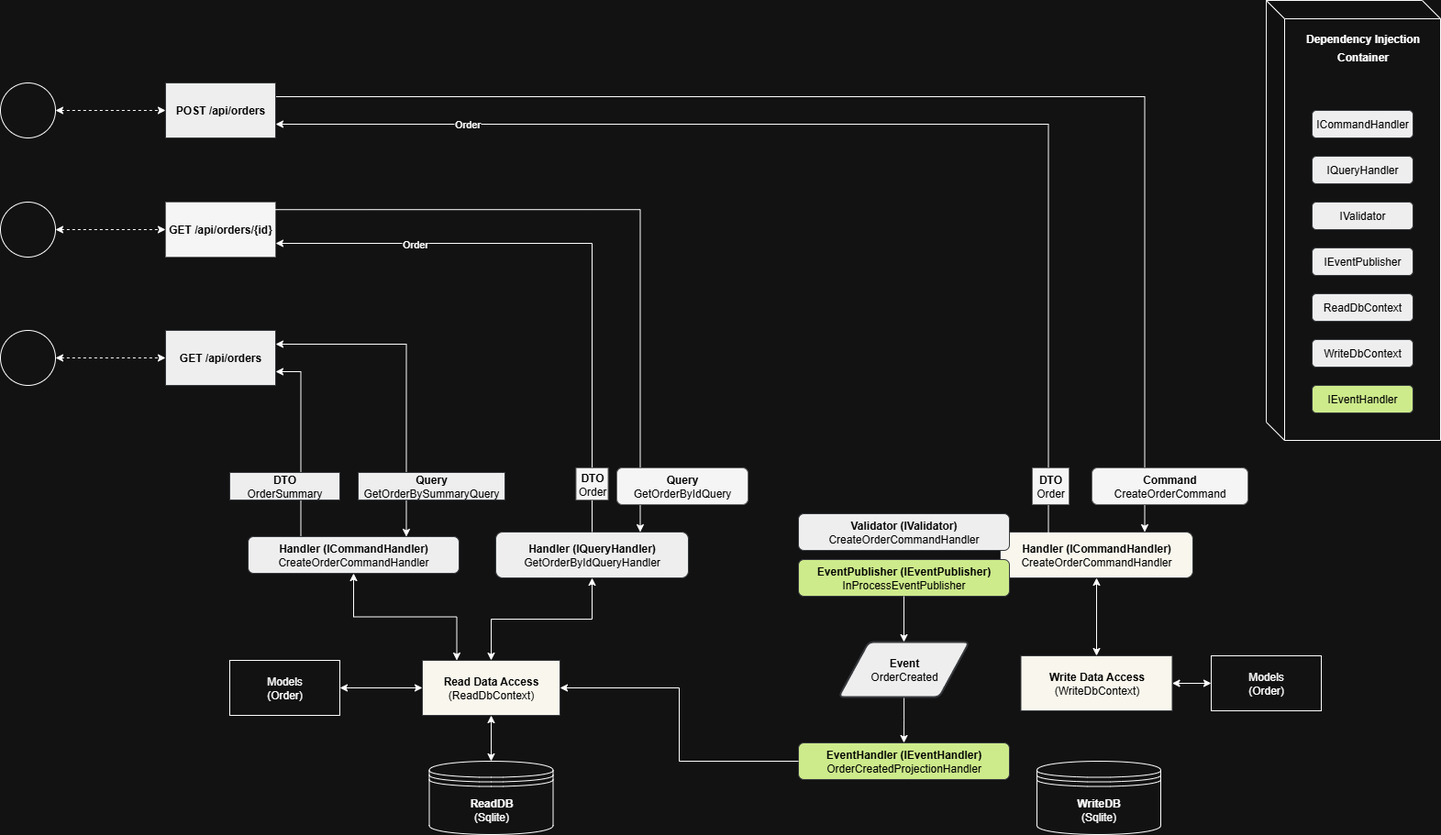
Above: images/Split of Databases Sync CQRS.png in AdrianIgnatius15/CQRS-Minimal-REST-API (draw.io), before the change. Source tidied: cells renumbered, new cells last; positions are measured from the earlier drawing's top-left corner, leaving out a move shared by most shapes. The source it was exported from:
```xml
<mxGraphModel>
  <root>
    <mxCell id="0" />
    <mxCell id="1" parent="0" />
    <mxCell id="2" style="endArrow=classic;startArrow=classic;html=1;rounded=0;exitX=1;exitY=0.25;exitDx=0;exitDy=0;entryX=0.75;entryY=0;entryDx=0;entryDy=0;edgeStyle=orthogonalEdgeStyle;" parent="1" edge="1" source="32" target="38">
      <mxGeometry relative="1" as="geometry" />
    </mxCell>
    <mxCell id="3" style="endArrow=classic;startArrow=none;html=1;rounded=0;entryX=1;entryY=0.75;entryDx=0;entryDy=0;exitX=0.25;exitY=0;exitDx=0;exitDy=0;edgeStyle=orthogonalEdgeStyle;endFill=1;startFill=0;" parent="1" edge="1" source="38" target="32">
      <mxGeometry relative="1" as="geometry" />
    </mxCell>
    <mxCell id="4" style="endArrow=none;startArrow=classic;html=1;rounded=0;edgeStyle=orthogonalEdgeStyle;entryX=1;entryY=0.25;entryDx=0;entryDy=0;exitX=0.75;exitY=0;exitDx=0;exitDy=0;startFill=1;endFill=0;" parent="1" edge="1" source="17" target="9">
      <mxGeometry relative="1" as="geometry" />
    </mxCell>
    <mxCell id="5" style="ellipse;whiteSpace=wrap;html=1;" parent="1" vertex="1">
      <mxGeometry y="90" width="60" height="60" as="geometry" />
    </mxCell>
    <mxCell id="6" style="ellipse;whiteSpace=wrap;html=1;" parent="1" vertex="1">
      <mxGeometry y="220" width="60" height="60" as="geometry" />
    </mxCell>
    <mxCell id="7" style="endArrow=classic;startArrow=classic;html=1;rounded=0;exitX=1;exitY=0.5;exitDx=0;exitDy=0;dashed=1;entryX=0;entryY=0.5;entryDx=0;entryDy=0;" parent="1" edge="1" source="5" target="9">
      <mxGeometry relative="1" as="geometry" />
    </mxCell>
    <mxCell id="8" style="endArrow=classic;startArrow=classic;html=1;rounded=0;exitX=1;exitY=0.5;exitDx=0;exitDy=0;dashed=1;entryX=0;entryY=0.5;entryDx=0;entryDy=0;" parent="1" edge="1" source="6" target="10">
      <mxGeometry relative="1" as="geometry" />
    </mxCell>
    <mxCell id="9" value="&lt;font style=&quot;color: rgb(0, 0, 0);&quot;&gt;&lt;b&gt;&lt;font style=&quot;color: rgb(0, 0, 0);&quot;&gt;POST /a&lt;/font&gt;pi/orders&lt;/b&gt;&lt;/font&gt;" style="rounded=0;whiteSpace=wrap;html=1;fillColor=#eeeeee;strokeColor=#36393d;" parent="1" vertex="1">
      <mxGeometry x="180" y="90" width="120" height="60" as="geometry" />
    </mxCell>
    <mxCell id="10" value="&lt;font style=&quot;color: rgb(0, 0, 0);&quot;&gt;&lt;b&gt;GET /api/orders/{id}&lt;/b&gt;&lt;/font&gt;" style="rounded=0;whiteSpace=wrap;html=1;fillColor=#f5f5f5;strokeColor=#666666;fontColor=#333333;" parent="1" vertex="1">
      <mxGeometry x="180" y="220" width="120" height="60" as="geometry" />
    </mxCell>
    <mxCell id="11" value="Models&lt;br&gt;(Order)" style="rounded=0;whiteSpace=wrap;html=1;" parent="1" vertex="1">
      <mxGeometry x="250" y="720" width="120" height="60" as="geometry" />
    </mxCell>
    <mxCell id="12" value="&lt;font style=&quot;color: rgb(0, 0, 0);&quot;&gt;&lt;b&gt;Read Data Access&lt;/b&gt;&lt;br&gt;(ReadDbContext)&lt;/font&gt;" style="rounded=0;whiteSpace=wrap;html=1;fillColor=#f9f7ed;strokeColor=#36393d;" parent="1" vertex="1">
      <mxGeometry x="460" y="720" width="150" height="60" as="geometry" />
    </mxCell>
    <mxCell id="13" style="endArrow=classic;startArrow=classic;html=1;rounded=0;entryX=0;entryY=0.5;entryDx=0;entryDy=0;exitX=1;exitY=0.5;exitDx=0;exitDy=0;" parent="1" edge="1" source="11" target="12">
      <mxGeometry relative="1" as="geometry" />
    </mxCell>
    <mxCell id="14" value="&lt;b&gt;ReadDB&lt;/b&gt;&lt;br&gt;(Sqlite)" style="shape=datastore;whiteSpace=wrap;html=1;" parent="1" vertex="1">
      <mxGeometry x="467.5" y="830" width="135" height="80" as="geometry" />
    </mxCell>
    <mxCell id="15" style="endArrow=classic;startArrow=classic;html=1;rounded=0;entryX=0.5;entryY=1;entryDx=0;entryDy=0;exitX=0.5;exitY=0;exitDx=0;exitDy=0;" parent="1" edge="1" source="14" target="12">
      <mxGeometry relative="1" as="geometry" />
    </mxCell>
    <mxCell id="16" value="&lt;font style=&quot;color: rgb(0, 0, 0);&quot;&gt;&lt;b&gt;Handler (IQueryHandler)&lt;br&gt;&lt;/b&gt;GetOrderByIdQueryHandler&lt;/font&gt;" style="rounded=1;whiteSpace=wrap;html=1;fillColor=#eeeeee;strokeColor=#36393d;" parent="1" vertex="1">
      <mxGeometry x="540" y="580" width="210" height="50" as="geometry" />
    </mxCell>
    <mxCell id="17" value="&lt;font style=&quot;color: rgb(0, 0, 0);&quot;&gt;&lt;b&gt;Handler (ICommandHandler)&lt;br&gt;&lt;/b&gt;CreateOrderCommandHandler&lt;/font&gt;" style="rounded=1;whiteSpace=wrap;html=1;fillColor=#f9f7ed;strokeColor=#36393d;" parent="1" vertex="1">
      <mxGeometry x="1090" y="580" width="210" height="50" as="geometry" />
    </mxCell>
    <mxCell id="18" style="endArrow=none;startArrow=classic;html=1;rounded=0;edgeStyle=orthogonalEdgeStyle;entryX=0.996;entryY=0.137;entryDx=0;entryDy=0;entryPerimeter=0;exitX=0.75;exitY=0;exitDx=0;exitDy=0;startFill=1;endFill=0;" parent="1" edge="1" source="16" target="10">
      <mxGeometry relative="1" as="geometry" />
    </mxCell>
    <mxCell id="19" value="&lt;font style=&quot;color: rgb(0, 0, 0);&quot;&gt;&lt;b&gt;Query&lt;br&gt;&lt;/b&gt;GetOrderByIdQuery&lt;/font&gt;" style="rounded=1;whiteSpace=wrap;html=1;fillColor=#f5f5f5;strokeColor=#666666;fontColor=#333333;" parent="1" vertex="1">
      <mxGeometry x="672" y="510" width="143" height="40" as="geometry" />
    </mxCell>
    <mxCell id="20" style="endArrow=classic;startArrow=none;html=1;rounded=0;entryX=1;entryY=0.75;entryDx=0;entryDy=0;edgeStyle=orthogonalEdgeStyle;exitX=0.5;exitY=0;exitDx=0;exitDy=0;endFill=1;startFill=0;" parent="1" edge="1" source="16">
      <mxGeometry relative="1" as="geometry">
        <mxPoint x="300" y="265" as="targetPoint" />
        <Array as="points">
          <mxPoint x="645" y="265" />
        </Array>
      </mxGeometry>
    </mxCell>
    <mxCell id="21" value="Order" style="edgeLabel;html=1;align=center;verticalAlign=middle;" parent="20" vertex="1">
      <mxGeometry x="0.12" y="1" relative="1" as="geometry">
        <mxPoint x="-138" y="-1" as="offset" />
      </mxGeometry>
    </mxCell>
    <mxCell id="22" value="&lt;font style=&quot;color: rgb(0, 0, 0);&quot;&gt;&lt;b&gt;Command&lt;br&gt;&lt;/b&gt;CreateOrderCommand&lt;/font&gt;" style="rounded=1;whiteSpace=wrap;html=1;fillColor=#f5f5f5;strokeColor=#666666;fontColor=#333333;" parent="1" vertex="1">
      <mxGeometry x="1190" y="510" width="170" height="40" as="geometry" />
    </mxCell>
    <mxCell id="23" style="endArrow=classic;startArrow=none;html=1;rounded=0;edgeStyle=orthogonalEdgeStyle;entryX=1;entryY=0.75;entryDx=0;entryDy=0;exitX=0.25;exitY=0;exitDx=0;exitDy=0;startFill=0;" parent="1" edge="1" source="17" target="9">
      <mxGeometry relative="1" as="geometry" />
    </mxCell>
    <mxCell id="24" value="Order" style="edgeLabel;html=1;align=center;verticalAlign=middle;" parent="23" vertex="1">
      <mxGeometry x="0.68" y="-1" relative="1" as="geometry" />
    </mxCell>
    <mxCell id="25" value="&lt;font style=&quot;color: rgb(0, 0, 0);&quot;&gt;&lt;b&gt;DTO&lt;/b&gt;&lt;br&gt;Order&lt;/font&gt;" style="whiteSpace=wrap;html=1;fillColor=#f5f5f5;strokeColor=#666666;fontColor=#333333;" parent="1" vertex="1">
      <mxGeometry x="627.5" y="510" width="35" height="35" as="geometry" />
    </mxCell>
    <mxCell id="26" value="&lt;font style=&quot;color: rgb(0, 0, 0);&quot;&gt;&lt;b&gt;DTO&lt;/b&gt;&lt;br&gt;Order&lt;/font&gt;" style="whiteSpace=wrap;html=1;fillColor=#f5f5f5;strokeColor=#666666;fontColor=#333333;" parent="1" vertex="1">
      <mxGeometry x="1125" y="510" width="40" height="40" as="geometry" />
    </mxCell>
    <mxCell id="27" style="shape=cube;whiteSpace=wrap;html=1;boundedLbl=1;backgroundOutline=1;darkOpacity=0.05;darkOpacity2=0.1;" parent="1" vertex="1">
      <mxGeometry x="1380" width="190" height="480" as="geometry" />
    </mxCell>
    <mxCell id="28" value="&lt;font style=&quot;color: rgb(0, 0, 0);&quot;&gt;ICommandHandler&lt;/font&gt;" style="rounded=1;whiteSpace=wrap;html=1;fillColor=#eeeeee;strokeColor=#36393d;" parent="1" vertex="1">
      <mxGeometry x="1430" y="120" width="110" height="30" as="geometry" />
    </mxCell>
    <mxCell id="29" value="&lt;font style=&quot;color: rgb(0, 0, 0);&quot;&gt;IQueryHandler&lt;/font&gt;" style="rounded=1;whiteSpace=wrap;html=1;fillColor=#eeeeee;strokeColor=#36393d;" parent="1" vertex="1">
      <mxGeometry x="1430" y="170" width="110" height="30" as="geometry" />
    </mxCell>
    <mxCell id="30" value="&lt;font style=&quot;color: rgb(0, 0, 0);&quot;&gt;IValidator&lt;/font&gt;" style="rounded=1;whiteSpace=wrap;html=1;fillColor=#eeeeee;strokeColor=#36393d;" parent="1" vertex="1">
      <mxGeometry x="1430" y="220" width="110" height="30" as="geometry" />
    </mxCell>
    <mxCell id="31" value="&lt;b style=&quot;color: rgb(0, 0, 0);&quot;&gt;Validator (IValidator)&lt;br&gt;&lt;/b&gt;&lt;span style=&quot;color: rgb(0, 0, 0);&quot;&gt;CreateOrderCommandHandler&lt;/span&gt;" style="rounded=1;whiteSpace=wrap;html=1;fillColor=#eeeeee;strokeColor=#36393d;" parent="1" vertex="1">
      <mxGeometry x="870" y="560" width="230" height="40" as="geometry" />
    </mxCell>
    <mxCell id="32" value="&lt;font style=&quot;color: rgb(0, 0, 0);&quot;&gt;&lt;b&gt;GET /api/orders&lt;/b&gt;&lt;/font&gt;" style="rounded=0;whiteSpace=wrap;html=1;fillColor=#eeeeee;strokeColor=#36393d;" parent="1" vertex="1">
      <mxGeometry x="180" y="360" width="120" height="60" as="geometry" />
    </mxCell>
    <mxCell id="33" style="endArrow=classic;startArrow=classic;html=1;rounded=0;dashed=1;entryX=0;entryY=0.5;entryDx=0;entryDy=0;exitX=1;exitY=0.5;exitDx=0;exitDy=0;" parent="1" edge="1" source="34" target="32">
      <mxGeometry relative="1" as="geometry" />
    </mxCell>
    <mxCell id="34" style="ellipse;whiteSpace=wrap;html=1;" parent="1" vertex="1">
      <mxGeometry y="360" width="60" height="60" as="geometry" />
    </mxCell>
    <mxCell id="35" value="&lt;font style=&quot;color: rgb(0, 0, 0);&quot;&gt;&lt;b&gt;DTO&lt;/b&gt;&lt;br&gt;OrderSummary&lt;/font&gt;" style="rounded=0;whiteSpace=wrap;html=1;fillColor=#eeeeee;strokeColor=#36393d;" parent="1" vertex="1">
      <mxGeometry x="250" y="515" width="120" height="30" as="geometry" />
    </mxCell>
    <mxCell id="36" style="endArrow=classic;startArrow=classic;html=1;rounded=0;entryX=0.5;entryY=1;entryDx=0;entryDy=0;exitX=0.5;exitY=0;exitDx=0;exitDy=0;edgeStyle=orthogonalEdgeStyle;" parent="1" edge="1" source="12" target="16">
      <mxGeometry relative="1" as="geometry" />
    </mxCell>
    <mxCell id="37" value="&lt;font style=&quot;color: rgb(0, 0, 0);&quot;&gt;&lt;b&gt;Query&lt;/b&gt;&lt;br&gt;GetOrderBySummaryQuery&lt;/font&gt;" style="rounded=0;whiteSpace=wrap;html=1;fillColor=#eeeeee;strokeColor=#36393d;" parent="1" vertex="1">
      <mxGeometry x="390" y="515" width="160" height="30" as="geometry" />
    </mxCell>
    <mxCell id="38" value="&lt;b style=&quot;color: rgb(0, 0, 0);&quot;&gt;Handler (ICommandHandler)&lt;br&gt;&lt;/b&gt;&lt;span style=&quot;color: rgb(0, 0, 0);&quot;&gt;CreateOrderCommandHandler&lt;/span&gt;" style="rounded=1;whiteSpace=wrap;html=1;fillColor=#eeeeee;strokeColor=#36393d;" parent="1" vertex="1">
      <mxGeometry x="270" y="585" width="230" height="40" as="geometry" />
    </mxCell>
    <mxCell id="39" style="endArrow=classic;startArrow=classic;html=1;rounded=0;entryX=0.5;entryY=1;entryDx=0;entryDy=0;exitX=0.25;exitY=0;exitDx=0;exitDy=0;edgeStyle=orthogonalEdgeStyle;" parent="1" edge="1" source="12" target="38">
      <mxGeometry relative="1" as="geometry" />
    </mxCell>
    <mxCell id="40" value="&lt;b style=&quot;color: rgb(0, 0, 0);&quot;&gt;EventPublisher (IEventPublisher)&lt;br&gt;&lt;/b&gt;&lt;span style=&quot;color: rgb(0, 0, 0);&quot;&gt;InProcessEventPublisher&lt;/span&gt;" style="rounded=1;whiteSpace=wrap;html=1;fillColor=#cdeb8b;strokeColor=#36393d;" parent="1" vertex="1">
      <mxGeometry x="870" y="610" width="230" height="40" as="geometry" />
    </mxCell>
    <mxCell id="41" style="edgeStyle=orthogonalEdgeStyle;rounded=0;jettySize=auto;html=1;" parent="1" edge="1" source="42" target="52">
      <mxGeometry relative="1" as="geometry" />
    </mxCell>
    <mxCell id="42" value="&lt;font style=&quot;color: rgb(0, 0, 0);&quot;&gt;&lt;b style=&quot;&quot;&gt;Event&lt;/b&gt;&lt;br&gt;OrderCreated&lt;/font&gt;" style="shape=parallelogram;html=1;strokeWidth=2;perimeter=parallelogramPerimeter;whiteSpace=wrap;rounded=1;arcSize=12;size=0.23;fillColor=#eeeeee;strokeColor=#36393d;" parent="1" vertex="1">
      <mxGeometry x="913.8" y="700" width="142.5" height="60" as="geometry" />
    </mxCell>
    <mxCell id="43" style="endArrow=classic;html=1;rounded=0;exitX=0.5;exitY=1;exitDx=0;exitDy=0;entryX=0.5;entryY=0;entryDx=0;entryDy=0;" parent="1" edge="1" source="40" target="42">
      <mxGeometry relative="1" as="geometry" />
    </mxCell>
    <mxCell id="44" value="&lt;font style=&quot;color: rgb(0, 0, 0);&quot;&gt;IEventPublisher&lt;/font&gt;" style="rounded=1;whiteSpace=wrap;html=1;fillColor=#eeeeee;strokeColor=#36393d;" parent="1" vertex="1">
      <mxGeometry x="1430" y="270" width="110" height="30" as="geometry" />
    </mxCell>
    <mxCell id="45" value="Models&lt;br&gt;(Order)" style="rounded=0;whiteSpace=wrap;html=1;" parent="1" vertex="1">
      <mxGeometry x="1320" y="715" width="120" height="60" as="geometry" />
    </mxCell>
    <mxCell id="46" style="edgeStyle=orthogonalEdgeStyle;rounded=0;jettySize=auto;html=1;startArrow=classic;startFill=1;" parent="1" edge="1" source="47" target="45">
      <mxGeometry relative="1" as="geometry" />
    </mxCell>
    <mxCell id="47" value="&lt;font style=&quot;color: rgb(0, 0, 0);&quot;&gt;&lt;b&gt;Write Data Access&lt;/b&gt;&lt;br&gt;(WriteDbContext)&lt;/font&gt;" style="rounded=0;whiteSpace=wrap;html=1;fillColor=#f9f7ed;strokeColor=#36393d;" parent="1" vertex="1">
      <mxGeometry x="1112.5" y="715" width="165" height="60" as="geometry" />
    </mxCell>
    <mxCell id="48" value="&lt;b&gt;WriteDB&lt;/b&gt;&lt;br&gt;(Sqlite)" style="shape=datastore;whiteSpace=wrap;html=1;" parent="1" vertex="1">
      <mxGeometry x="1130" y="830" width="135" height="80" as="geometry" />
    </mxCell>
    <mxCell id="49" style="endArrow=classic;startArrow=classic;html=1;rounded=0;entryX=0.5;entryY=1;entryDx=0;entryDy=0;exitX=0.5;exitY=0;exitDx=0;exitDy=0;" parent="1" edge="1" source="47" target="17">
      <mxGeometry relative="1" as="geometry" />
    </mxCell>
    <mxCell id="50" value="&lt;font style=&quot;color: rgb(0, 0, 0);&quot;&gt;ReadDbContext&lt;/font&gt;" style="rounded=1;whiteSpace=wrap;html=1;fillColor=#eeeeee;strokeColor=#36393d;" parent="1" vertex="1">
      <mxGeometry x="1430" y="320" width="110" height="30" as="geometry" />
    </mxCell>
    <mxCell id="51" value="&lt;font style=&quot;color: rgb(0, 0, 0);&quot;&gt;WriteDbContext&lt;/font&gt;" style="rounded=1;whiteSpace=wrap;html=1;fillColor=#eeeeee;strokeColor=#36393d;" parent="1" vertex="1">
      <mxGeometry x="1430" y="370" width="110" height="30" as="geometry" />
    </mxCell>
    <mxCell id="52" value="&lt;b style=&quot;color: rgb(0, 0, 0);&quot;&gt;EventHandler (IEventHandler)&lt;br&gt;&lt;/b&gt;&lt;span style=&quot;color: rgb(0, 0, 0);&quot;&gt;OrderCreatedProjectionHandler&lt;/span&gt;" style="rounded=1;whiteSpace=wrap;html=1;fillColor=#cdeb8b;strokeColor=#36393d;" parent="1" vertex="1">
      <mxGeometry x="870" y="810" width="230" height="40" as="geometry" />
    </mxCell>
    <mxCell id="53" style="endArrow=classic;html=1;rounded=0;entryX=1;entryY=0.5;entryDx=0;entryDy=0;exitX=0;exitY=0.5;exitDx=0;exitDy=0;edgeStyle=orthogonalEdgeStyle;" parent="1" edge="1" source="52" target="12">
      <mxGeometry relative="1" as="geometry" />
    </mxCell>
    <mxCell id="54" value="&lt;font style=&quot;color: rgb(0, 0, 0);&quot;&gt;IEventHandler&lt;/font&gt;" style="rounded=1;whiteSpace=wrap;html=1;fillColor=#cdeb8b;strokeColor=#36393d;" parent="1" vertex="1">
      <mxGeometry x="1430" y="420" width="110" height="30" as="geometry" />
    </mxCell>
    <mxCell id="55" value="&lt;font style=&quot;font-size: 12px;&quot;&gt;Dependency Injection&lt;br&gt;Container&lt;/font&gt;" style="text;strokeColor=none;fillColor=none;html=1;fontSize=16;fontStyle=1;verticalAlign=middle;align=center;" parent="1" vertex="1">
      <mxGeometry x="1415" y="30" width="140" height="40" as="geometry" />
    </mxCell>
  </root>
</mxGraphModel>
```
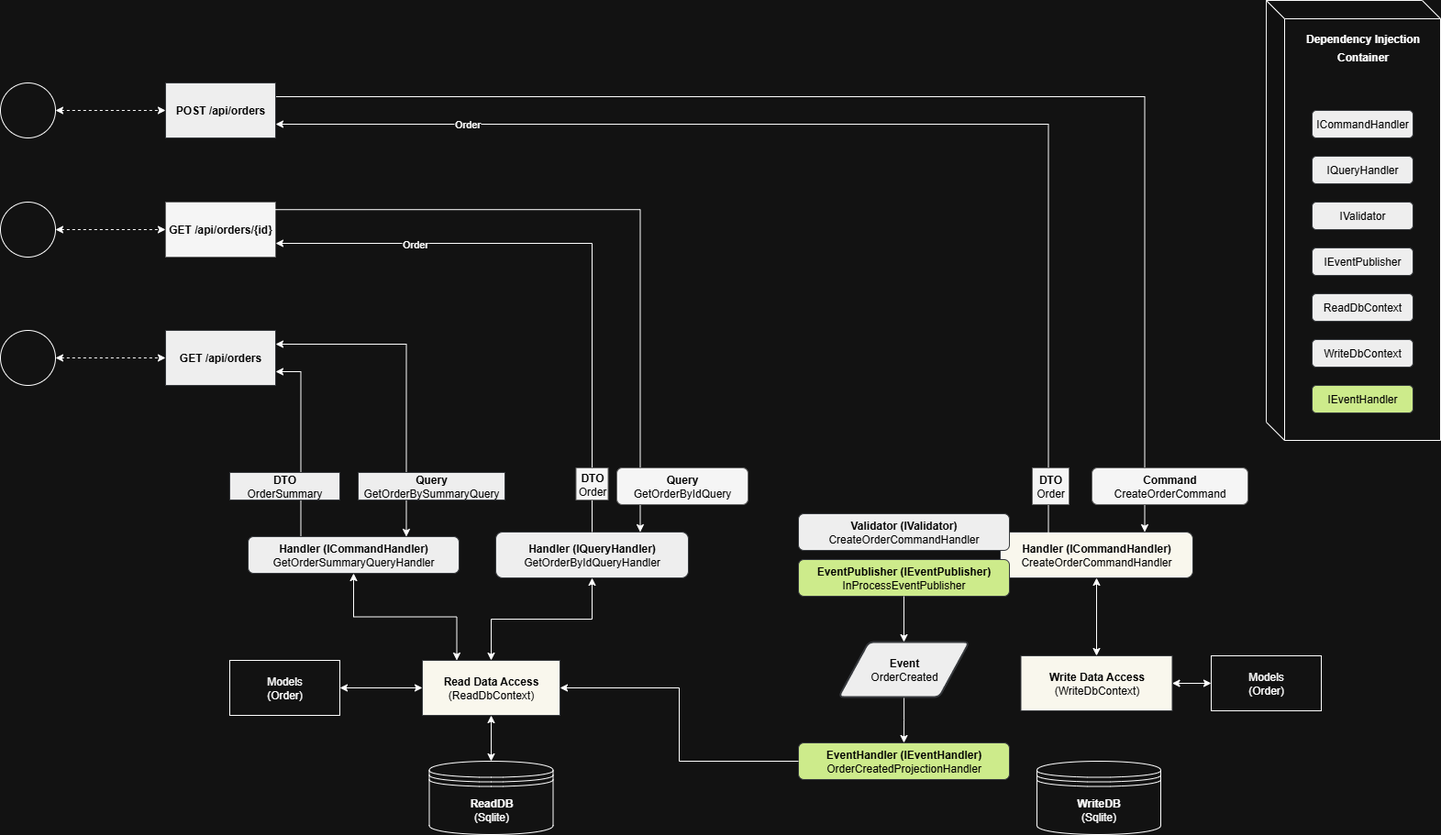
The same file after the commit.

Commit message:
Updated architecture diagram

What changed in the source:
```diff
@@ -117,7 +117,7 @@
     <mxCell id="37" value="&lt;font style=&quot;color: rgb(0, 0, 0);&quot;&gt;&lt;b&gt;Query&lt;/b&gt;&lt;br&gt;GetOrderBySummaryQuery&lt;/font&gt;" style="rounded=0;whiteSpace=wrap;html=1;fillColor=#eeeeee;strokeColor=#36393d;" parent="1" vertex="1">
       <mxGeometry x="390" y="515" width="160" height="30" as="geometry" />
     </mxCell>
-    <mxCell id="38" value="&lt;b style=&quot;color: rgb(0, 0, 0);&quot;&gt;Handler (ICommandHandler)&lt;br&gt;&lt;/b&gt;&lt;span style=&quot;color: rgb(0, 0, 0);&quot;&gt;CreateOrderCommandHandler&lt;/span&gt;" style="rounded=1;whiteSpace=wrap;html=1;fillColor=#eeeeee;strokeColor=#36393d;" parent="1" vertex="1">
+    <mxCell id="38" value="&lt;b style=&quot;color: rgb(0, 0, 0);&quot;&gt;Handler (ICommandHandler)&lt;br&gt;&lt;/b&gt;&lt;span style=&quot;color: rgb(0, 0, 0);&quot;&gt;GetOrderSummaryQueryHandler&lt;/span&gt;" style="rounded=1;whiteSpace=wrap;html=1;fillColor=#eeeeee;strokeColor=#36393d;" parent="1" vertex="1">
       <mxGeometry x="270" y="585" width="230" height="40" as="geometry" />
     </mxCell>
     <mxCell id="39" style="endArrow=classic;startArrow=classic;html=1;rounded=0;entryX=0.5;entryY=1;entryDx=0;entryDy=0;exitX=0.25;exitY=0;exitDx=0;exitDy=0;edgeStyle=orthogonalEdgeStyle;" parent="1" edge="1" source="12" target="38">
```
